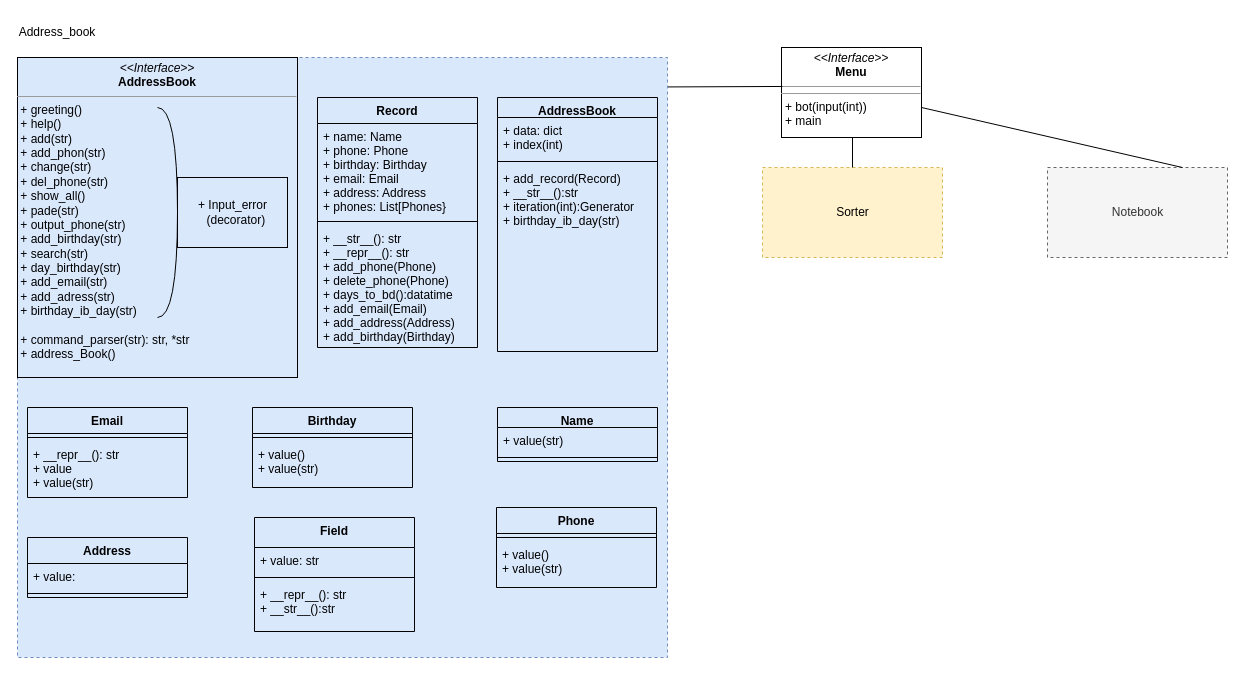
The draw.io diagram Диаграмма без названия.drawio in shevtania/Project, before the edit. Source tidied: cells renumbered, new cells numbered last; positions are measured from the earlier drawing's top-left corner, leaving out a move shared by most shapes. Both pictures are drawn from the tidied source at 100%, with x=0, y=0 at pixel (17, 17).
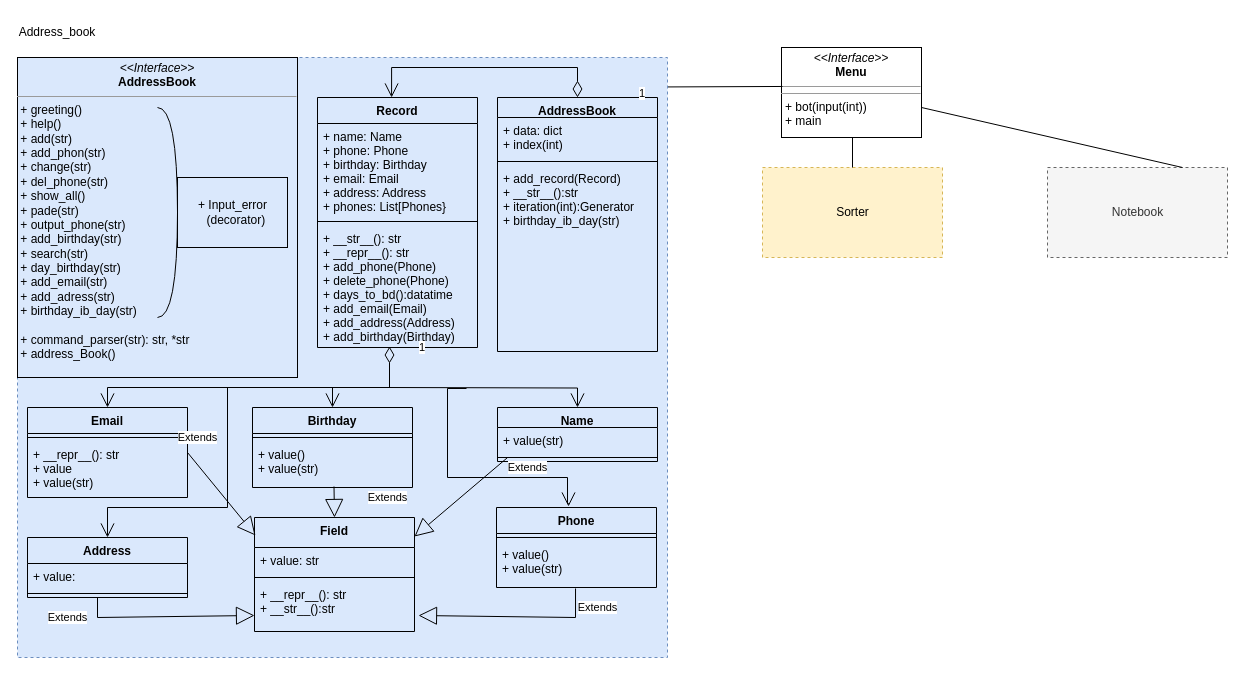
The same page after the edit.

The change refers to these unchanged cells:
```xml
<mxCell id="13" value="Field" style="swimlane;fontStyle=1;align=center;verticalAlign=top;horizontal=1;startSize=30;fillColor=none;" parent="1" vertex="1">
  <mxGeometry x="237" y="500" width="160" height="114" as="geometry" />
</mxCell>
<mxCell id="16" value="+ __repr__(): str&#10;+ __str__():str&#10;" style="text;strokeColor=none;fillColor=none;align=left;verticalAlign=top;spacingLeft=4;spacingRight=4;overflow=hidden;points=[[0,0.5],[1,0.5]];portConstraint=eastwest;" parent="13" vertex="1">
  <mxGeometry y="64" width="160" height="50" as="geometry" />
</mxCell>
<mxCell id="17" value="Birthday" style="swimlane;fontStyle=1;align=center;verticalAlign=top;horizontal=1;startSize=26;fillColor=none;" parent="1" vertex="1">
  <mxGeometry x="235" y="390" width="160" height="80" as="geometry" />
</mxCell>
<mxCell id="20" value="Address" style="swimlane;fontStyle=1;align=center;verticalAlign=top;horizontal=1;startSize=26;fillColor=none;" parent="1" vertex="1">
  <mxGeometry x="10" y="520" width="160" height="60" as="geometry" />
</mxCell>
<mxCell id="23" value="Email" style="swimlane;fontStyle=1;align=center;verticalAlign=top;horizontal=1;startSize=26;fillColor=none;" parent="1" vertex="1">
  <mxGeometry x="10" y="390" width="160" height="90" as="geometry" />
</mxCell>
<mxCell id="26" value="Name" style="swimlane;fontStyle=1;align=center;verticalAlign=top;horizontal=1;startSize=20;fillColor=none;" parent="1" vertex="1">
  <mxGeometry x="480" y="390" width="160" height="54" as="geometry" />
</mxCell>
<mxCell id="28" style="line;strokeWidth=1;fillColor=none;align=left;verticalAlign=middle;spacingTop=-1;spacingLeft=3;spacingRight=3;labelPosition=right;points=[];portConstraint=eastwest;strokeColor=inherit;" parent="26" vertex="1">
  <mxGeometry y="46" width="160" height="8" as="geometry" />
</mxCell>
<mxCell id="29" value="Phone" style="swimlane;fontStyle=1;align=center;verticalAlign=top;horizontal=1;startSize=26;fillColor=none;" parent="1" vertex="1">
  <mxGeometry x="479" y="490" width="160" height="80" as="geometry" />
</mxCell>
<mxCell id="31" value="+ value()&#10;+ value(str)&#10;" style="text;strokeColor=none;fillColor=none;align=left;verticalAlign=top;spacingLeft=4;spacingRight=4;overflow=hidden;points=[[0,0.5],[1,0.5]];portConstraint=eastwest;" parent="29" vertex="1">
  <mxGeometry y="34" width="160" height="46" as="geometry" />
</mxCell>
<mxCell id="32" value="Record" style="swimlane;fontStyle=1;align=center;verticalAlign=top;horizontal=1;startSize=26;fillColor=none;" parent="1" vertex="1">
  <mxGeometry x="300" y="80" width="160" height="250" as="geometry" />
</mxCell>
<mxCell id="35" value="+ __str__(): str&#10;+ __repr__(): str&#10;+ add_phone(Phone)&#10;+ delete_phone(Phone)&#10;+ days_to_bd():datatime&#10;+ add_email(Email)&#10;+ add_address(Address)&#10;+ add_birthday(Birthday)&#10;&#10;&#10;" style="text;strokeColor=none;fillColor=none;align=left;verticalAlign=top;spacingLeft=4;spacingRight=4;overflow=hidden;points=[[0,0.5],[1,0.5]];portConstraint=eastwest;" parent="32" vertex="1">
  <mxGeometry y="128" width="160" height="122" as="geometry" />
</mxCell>
<mxCell id="36" value="AddressBook" style="swimlane;fontStyle=1;align=center;verticalAlign=top;horizontal=1;startSize=20;fillColor=none;" parent="1" vertex="1">
  <mxGeometry x="480" y="80" width="160" height="254" as="geometry" />
</mxCell>
```

What changed in the source:
```diff
@@
+    <mxCell id="40" value="Extends" style="endArrow=block;endSize=16;endFill=0;html=1;rounded=0;strokeWidth=1;entryX=0.5;entryY=0;entryDx=0;entryDy=0;" parent="13" edge="1" target="13">
+      <mxGeometry x="-0.23" y="53" relative="1" as="geometry">
+        <mxPoint x="79.5" y="-31" as="sourcePoint" />
+      </mxGeometry>
+    </mxCell>
@@
+    <mxCell id="41" style="edgeStyle=orthogonalEdgeStyle;rounded=0;jettySize=auto;html=1;exitX=0.5;exitY=0;exitDx=0;exitDy=0;entryX=0.5;entryY=0;entryDx=0;entryDy=0;endSize=12;strokeWidth=1;endArrow=open;endFill=0;" parent="1" edge="1" target="17">
+      <mxGeometry relative="1" as="geometry">
+        <mxPoint x="315" y="370" as="sourcePoint" />
+      </mxGeometry>
+    </mxCell>
@@
+    <mxCell id="42" style="edgeStyle=orthogonalEdgeStyle;rounded=0;jettySize=auto;html=1;exitX=0.5;exitY=0;exitDx=0;exitDy=0;strokeWidth=1;endArrow=open;endFill=0;endSize=12;entryX=0.5;entryY=0;entryDx=0;entryDy=0;" parent="1" edge="1" target="20">
+      <mxGeometry relative="1" as="geometry">
+        <mxPoint x="210" y="370" as="sourcePoint" />
+        <Array as="points">
+          <mxPoint x="210" y="490" />
+          <mxPoint x="90" y="490" />
+        </Array>
+      </mxGeometry>
+    </mxCell>
@@
+    <mxCell id="43" value="1" style="endArrow=open;html=1;endSize=12;startArrow=diamondThin;startSize=14;startFill=0;edgeStyle=orthogonalEdgeStyle;align=left;verticalAlign=bottom;rounded=0;exitX=0.45;exitY=0.992;exitDx=0;exitDy=0;exitPerimeter=0;entryX=0.5;entryY=0;entryDx=0;entryDy=0;" parent="1" edge="1" source="35" target="23">
+      <mxGeometry x="-0.94" y="28" relative="1" as="geometry">
+        <Array as="points">
+          <mxPoint x="372" y="370" />
+          <mxPoint x="90" y="370" />
+        </Array>
+      </mxGeometry>
+    </mxCell>
+    <mxCell id="44" value="1" style="endArrow=open;html=1;endSize=12;startArrow=diamondThin;startSize=14;startFill=0;edgeStyle=orthogonalEdgeStyle;align=left;verticalAlign=bottom;rounded=0;exitX=0.5;exitY=0;exitDx=0;exitDy=0;entryX=0.463;entryY=0;entryDx=0;entryDy=0;entryPerimeter=0;" parent="1" edge="1" source="36" target="32">
+      <mxGeometry x="-0.84" y="-30" relative="1" as="geometry">
+        <Array as="points">
+          <mxPoint x="560" y="50" />
+          <mxPoint x="374" y="50" />
+        </Array>
+        <mxPoint x="30" y="25" as="offset" />
+      </mxGeometry>
+    </mxCell>
+    <mxCell id="45" style="endArrow=open;endFill=1;endSize=12;html=1;rounded=0;edgeStyle=orthogonalEdgeStyle;entryX=0.5;entryY=0;entryDx=0;entryDy=0;" parent="1" edge="1" target="26">
+      <mxGeometry relative="1" as="geometry">
+        <mxPoint x="370" y="370" as="sourcePoint" />
+      </mxGeometry>
+    </mxCell>
+    <mxCell id="46" style="edgeStyle=orthogonalEdgeStyle;rounded=0;jettySize=auto;html=1;exitX=0.5;exitY=0;exitDx=0;exitDy=0;strokeWidth=1;endArrow=open;endFill=0;endSize=12;entryX=0.45;entryY=-0.012;entryDx=0;entryDy=0;entryPerimeter=0;" parent="1" edge="1" target="29">
+      <mxGeometry relative="1" as="geometry">
+        <mxPoint x="449" y="371" as="sourcePoint" />
+        <Array as="points">
+          <mxPoint x="430" y="371" />
+          <mxPoint x="430" y="460" />
+          <mxPoint x="550" y="460" />
+          <mxPoint x="550" y="486" />
+          <mxPoint x="551" y="486" />
+        </Array>
+      </mxGeometry>
+    </mxCell>
+    <mxCell id="47" value="Extends" style="endArrow=block;endSize=16;endFill=0;html=1;rounded=0;strokeWidth=1;exitX=0.063;exitY=0.5;exitDx=0;exitDy=0;exitPerimeter=0;" parent="1" edge="1" source="28">
+      <mxGeometry x="-1" y="22" relative="1" as="geometry">
+        <mxPoint x="397" y="519" as="targetPoint" />
+        <mxPoint x="6" y="-7" as="offset" />
+      </mxGeometry>
+    </mxCell>
+    <mxCell id="48" value="Extends" style="endArrow=block;endSize=16;endFill=0;html=1;rounded=0;strokeWidth=1;entryX=1;entryY=0.167;entryDx=0;entryDy=0;exitX=1;exitY=0.5;exitDx=0;exitDy=0;entryPerimeter=0;" parent="1" edge="1" source="23">
+      <mxGeometry x="-1" y="18" relative="1" as="geometry">
+        <mxPoint x="238" y="518" as="targetPoint" />
+        <mxPoint x="-4" y="-4" as="offset" />
+      </mxGeometry>
+    </mxCell>
+    <mxCell id="49" value="Extends" style="endArrow=block;endSize=16;endFill=0;html=1;rounded=0;strokeWidth=1;entryX=0;entryY=0.68;entryDx=0;entryDy=0;entryPerimeter=0;" parent="1" edge="1" target="16">
+      <mxGeometry x="-0.77" y="30" relative="1" as="geometry">
+        <mxPoint x="80" y="580" as="sourcePoint" />
+        <Array as="points">
+          <mxPoint x="80" y="600" />
+        </Array>
+        <mxPoint x="-30" y="30" as="offset" />
+      </mxGeometry>
+    </mxCell>
+    <mxCell id="50" value="Extends" style="endArrow=block;endSize=16;endFill=0;html=1;rounded=0;strokeWidth=1;entryX=0;entryY=0.68;entryDx=0;entryDy=0;entryPerimeter=0;exitX=0.494;exitY=1.022;exitDx=0;exitDy=0;exitPerimeter=0;" parent="1" edge="1" source="31">
+      <mxGeometry x="-0.8" y="22" relative="1" as="geometry">
+        <mxPoint x="401" y="598" as="targetPoint" />
+        <Array as="points">
+          <mxPoint x="558" y="600" />
+        </Array>
+      </mxGeometry>
+    </mxCell>
```
